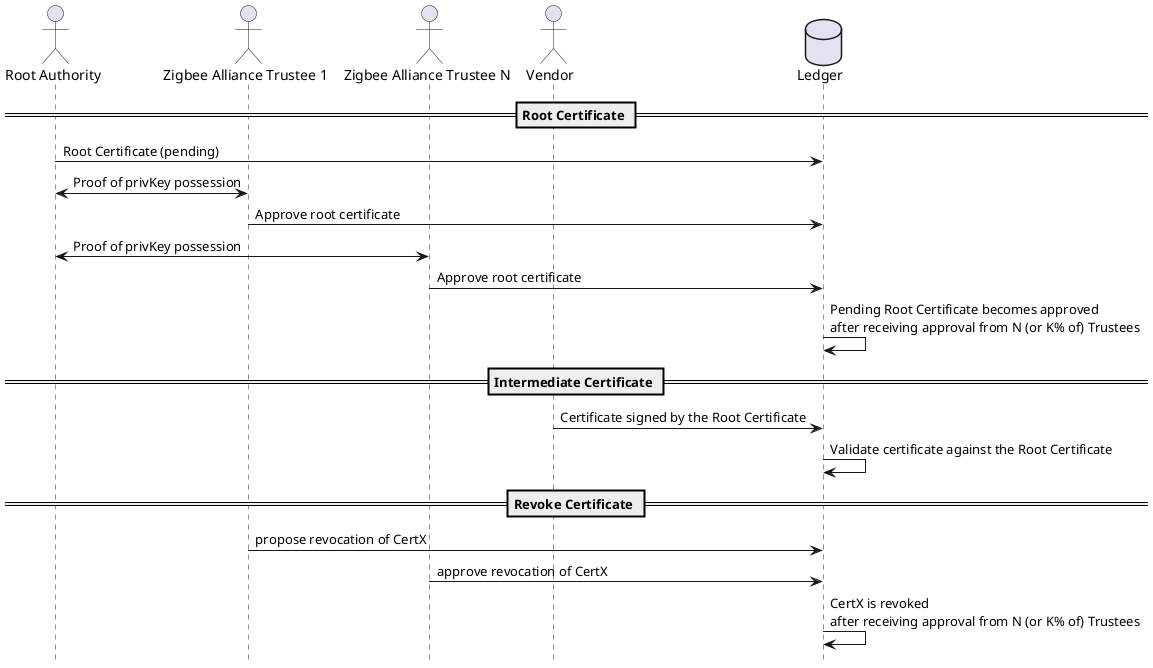
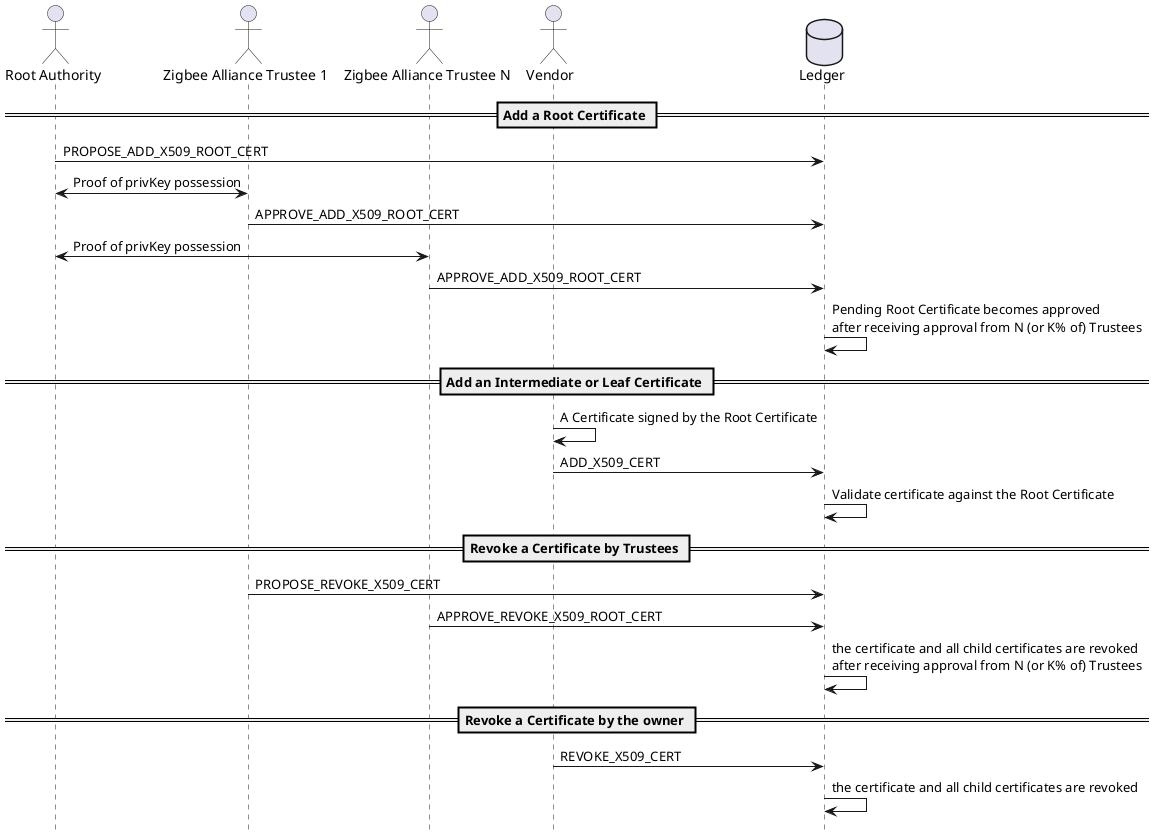
@startuml
!pragma teoz true
hide footbox

actor "Root Authority" as RA
actor "Zigbee Alliance Trustee 1" as T1
actor "Zigbee Alliance Trustee N" as TN
actor Vendor as V

database Ledger as L

- == Root Certificate ==
- RA -> L: Root Certificate (pending)
+ == Add a Root Certificate ==
+ RA -> L: PROPOSE_ADD_X509_ROOT_CERT
RA <-> T1: Proof of privKey possession
- T1 -> L: Approve root certificate
+ T1 -> L: APPROVE_ADD_X509_ROOT_CERT

RA <-> TN: Proof of privKey possession
- TN -> L: Approve root certificate
+ TN -> L: APPROVE_ADD_X509_ROOT_CERT

L -> L: Pending Root Certificate becomes approved\nafter receiving approval from N (or K% of) Trustees

- == Intermediate Certificate ==
+ == Add an Intermediate or Leaf Certificate ==

- V -> L: Certificate signed by the Root Certificate
+ V -> V: A Certificate signed by the Root Certificate
+ V -> L: ADD_X509_CERT
L -> L: Validate certificate against the Root Certificate

- == Revoke Certificate ==
- T1 -> L: propose revocation of CertX
- TN -> L: approve revocation of CertX
- L -> L: CertX is revoked\nafter receiving approval from N (or K% of) Trustees
+ == Revoke a Certificate by Trustees ==
+ T1 -> L: PROPOSE_REVOKE_X509_CERT
+ TN -> L: APPROVE_REVOKE_X509_ROOT_CERT
+ L -> L:the certificate and all child certificates are revoked\nafter receiving approval from N (or K% of) Trustees

+ == Revoke a Certificate by the owner ==
+ V -> L: REVOKE_X509_CERT
+ L -> L: the certificate and all child certificates are revoked
@enduml